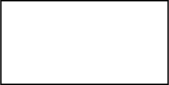
Above: RooCode 源码/消息通信.drawio.svg in randy1568/my-draw.io-lib (draw.io), before the change. Source tidied: cells renumbered, new cells last; positions are measured from the earlier drawing's top-left corner, leaving out a move shared by most shapes.
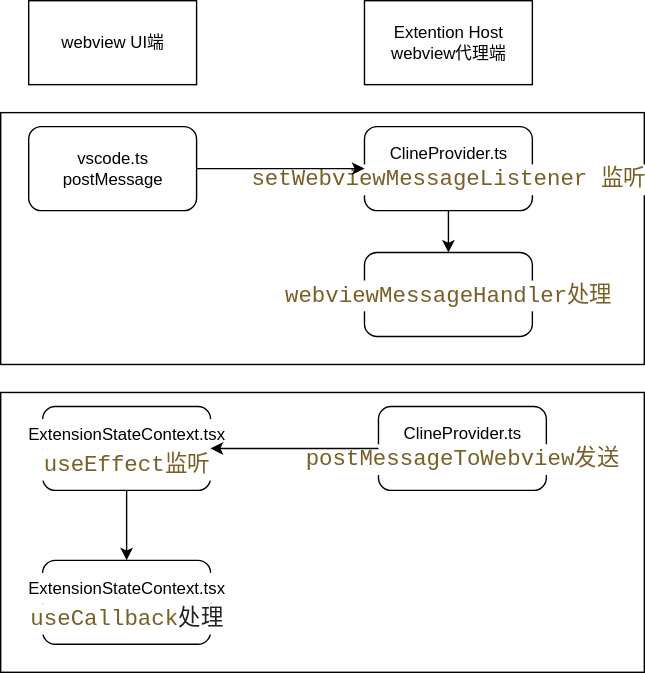
Above is the later version.

Commit message:
更新消息通信.drawio.svg

Change to the diagram source:
```diff
@@ -2,8 +2,49 @@
   <root>
     <mxCell id="0" />
     <mxCell id="1" parent="0" />
+    <mxCell id="3" style="rounded=0;whiteSpace=wrap;html=1;" parent="1" vertex="1">
+      <mxGeometry x="-20" y="280" width="460" height="200" as="geometry" />
+    </mxCell>
+    <mxCell id="4" style="rounded=0;whiteSpace=wrap;html=1;" parent="1" vertex="1">
+      <mxGeometry x="-20" y="80" width="460" height="180" as="geometry" />
+    </mxCell>
-    <mxCell id="2" style="rounded=0;whiteSpace=wrap;html=1;" parent="1" vertex="1">
+    <mxCell id="2" value="webview UI端" style="rounded=0;whiteSpace=wrap;html=1;" parent="1" vertex="1">
       <mxGeometry width="120" height="60" as="geometry" />
     </mxCell>
+    <mxCell id="5" value="Extention Host&lt;div&gt;webview代理端&lt;/div&gt;" style="rounded=0;whiteSpace=wrap;html=1;" parent="1" vertex="1">
+      <mxGeometry x="240" width="120" height="60" as="geometry" />
+    </mxCell>
+    <mxCell id="6" value="vscode.ts&lt;div&gt;postMessage&lt;/div&gt;" style="rounded=1;whiteSpace=wrap;html=1;" parent="1" vertex="1">
+      <mxGeometry y="90" width="120" height="60" as="geometry" />
+    </mxCell>
+    <mxCell id="7" value="ClineProvider.ts&lt;div&gt;&lt;div style=&quot;background-color: rgb(255, 255, 255); font-family: Consolas, &amp;quot;Courier New&amp;quot;, monospace; font-size: 16px; line-height: 22px; white-space: pre;&quot;&gt;&lt;span style=&quot;color: #795e26;&quot;&gt;setWebviewMessageListener 监听&lt;/span&gt;&lt;/div&gt;&lt;/div&gt;" style="rounded=1;whiteSpace=wrap;html=1;" parent="1" vertex="1">
+      <mxGeometry x="240" y="90" width="120" height="60" as="geometry" />
+    </mxCell>
+    <mxCell id="8" value="&lt;div style=&quot;background-color: rgb(255, 255, 255); font-family: Consolas, &amp;quot;Courier New&amp;quot;, monospace; font-size: 16px; line-height: 22px; white-space: pre;&quot;&gt;&lt;span style=&quot;color: rgb(121, 94, 38);&quot;&gt;webviewMessageHandler处理&lt;/span&gt;&lt;/div&gt;" style="rounded=1;whiteSpace=wrap;html=1;" parent="1" vertex="1">
+      <mxGeometry x="240" y="180" width="120" height="60" as="geometry" />
+    </mxCell>
+    <mxCell id="9" style="endArrow=classic;html=1;rounded=0;exitX=1;exitY=0.5;exitDx=0;exitDy=0;" parent="1" edge="1" source="6">
+      <mxGeometry relative="1" as="geometry">
+        <mxPoint x="240" y="120" as="targetPoint" />
+      </mxGeometry>
+    </mxCell>
+    <mxCell id="10" style="endArrow=classic;html=1;rounded=0;entryX=0.5;entryY=0;entryDx=0;entryDy=0;exitX=0.5;exitY=1;exitDx=0;exitDy=0;" parent="1" edge="1" source="7" target="8">
+      <mxGeometry relative="1" as="geometry" />
+    </mxCell>
+    <mxCell id="11" value="ClineProvider.ts&lt;div&gt;&lt;div style=&quot;background-color: rgb(255, 255, 255); font-family: Consolas, &amp;quot;Courier New&amp;quot;, monospace; font-size: 16px; line-height: 22px; white-space: pre;&quot;&gt;&lt;span style=&quot;color: rgb(121, 94, 38);&quot;&gt;postMessageToWebview发送&lt;/span&gt;&lt;/div&gt;&lt;/div&gt;" style="rounded=1;whiteSpace=wrap;html=1;" parent="1" vertex="1">
+      <mxGeometry x="250" y="290" width="120" height="60" as="geometry" />
+    </mxCell>
+    <mxCell id="12" value="&lt;div style=&quot;background-color: rgb(255, 255, 255); line-height: 22px;&quot;&gt;ExtensionStateContext.tsx&lt;/div&gt;&lt;div style=&quot;background-color: rgb(255, 255, 255); line-height: 22px;&quot;&gt;&lt;div style=&quot;font-family: Consolas, &amp;quot;Courier New&amp;quot;, monospace; font-size: 16px; line-height: 22px; white-space: pre;&quot;&gt;&lt;span style=&quot;color: #795e26;&quot;&gt;useEffect监听&lt;/span&gt;&lt;/div&gt;&lt;/div&gt;" style="rounded=1;whiteSpace=wrap;html=1;" parent="1" vertex="1">
+      <mxGeometry x="10" y="290" width="120" height="60" as="geometry" />
+    </mxCell>
+    <mxCell id="13" value="&lt;div style=&quot;background-color: rgb(255, 255, 255); line-height: 22px;&quot;&gt;ExtensionStateContext.tsx&lt;/div&gt;&lt;div style=&quot;background-color: rgb(255, 255, 255); line-height: 22px;&quot;&gt;&lt;div style=&quot;font-family: Consolas, &amp;quot;Courier New&amp;quot;, monospace; font-size: 16px; line-height: 22px; white-space: pre;&quot;&gt;&lt;div style=&quot;line-height: 22px;&quot;&gt;&lt;span style=&quot;color: rgb(34, 34, 34);&quot;&gt;&lt;span style=&quot;color: rgb(121, 94, 38); background-color: light-dark(rgb(255, 255, 255), rgb(18, 18, 18));&quot;&gt;useCallback&lt;/span&gt;处理&lt;/span&gt;&lt;/div&gt;&lt;/div&gt;&lt;/div&gt;" style="rounded=1;whiteSpace=wrap;html=1;" parent="1" vertex="1">
+      <mxGeometry x="10" y="400" width="120" height="60" as="geometry" />
+    </mxCell>
+    <mxCell id="14" style="endArrow=classic;html=1;rounded=0;exitX=0;exitY=0.5;exitDx=0;exitDy=0;" parent="1" edge="1" source="11" target="12">
+      <mxGeometry relative="1" as="geometry" />
+    </mxCell>
+    <mxCell id="15" style="endArrow=classic;html=1;rounded=0;exitX=0.5;exitY=1;exitDx=0;exitDy=0;entryX=0.5;entryY=0;entryDx=0;entryDy=0;" parent="1" edge="1" source="12" target="13">
+      <mxGeometry relative="1" as="geometry" />
+    </mxCell>
   </root>
 </mxGraphModel>
```
